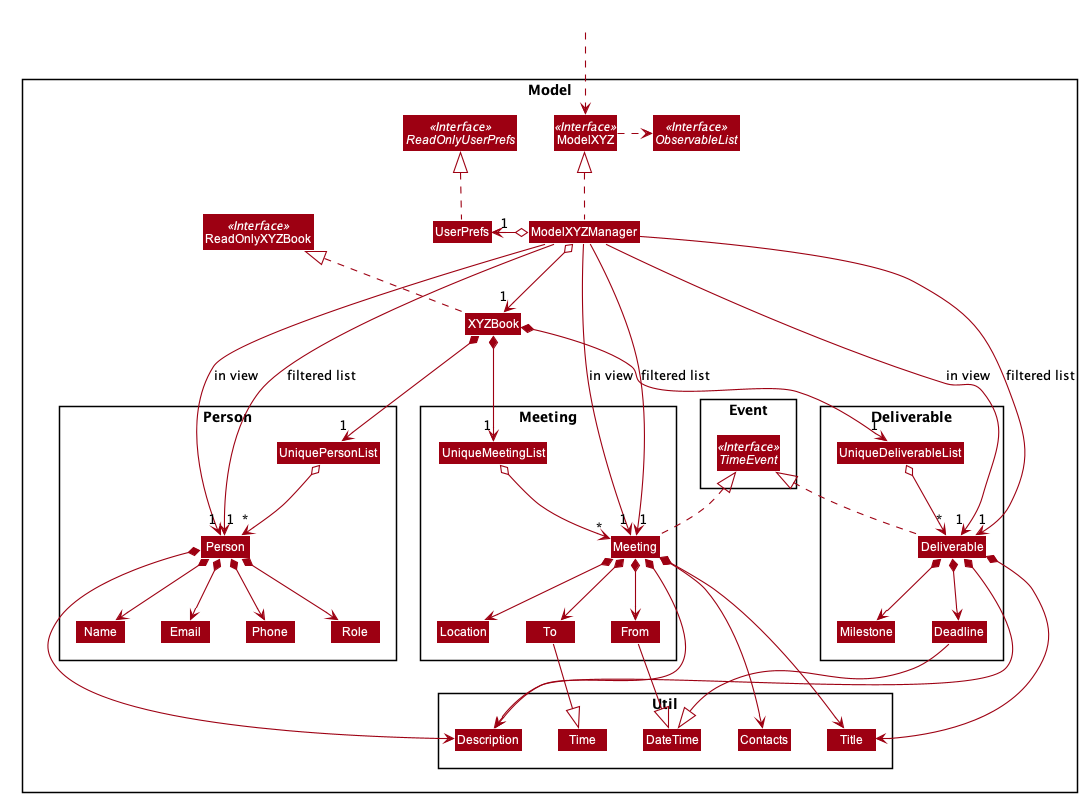
This is docs/images/ModelClassDiagram.png from shadowezz/Productiv, a PlantUML export, as it was before one commit. The source it was exported from:
```plantuml
@startuml









skinparam BackgroundColor #FFFFFFF

skinparam Shadowing false

skinparam Class {
    FontColor #FFFFFF
    BorderThickness 1
    BorderColor #FFFFFF
    StereotypeFontColor #FFFFFF
    FontName Arial
}

skinparam Actor {
    BorderColor #000000
    Color #000000
    FontName Arial
}

skinparam Sequence {
    MessageAlign center
    BoxFontSize 15
    BoxPadding 0
    BoxFontColor #FFFFFF
    FontName Arial
}

skinparam Participant {
    FontColor #FFFFFFF
    Padding 20
}

skinparam MinClassWidth 50
skinparam ParticipantPadding 10
skinparam Shadowing false
skinparam DefaultTextAlignment center
skinparam packageStyle Rectangle
skinparam classAttributeIconSize 0

hide footbox
hide members
hide circle
skinparam arrowThickness 1.1
skinparam arrowColor #9D0012
skinparam classBackgroundColor #9D0012

Package Model <<Rectangle>>{
Interface ReadOnlyXYZBook <<Interface>>
Interface ModelXYZ <<Interface>>
Interface ObservableList <<Interface>>
Class XYZBook
Class ReadOnlyXYZBook
Class ModelXYZ
Class ModelXYZManager
Class UserPrefs
Interface ReadOnlyUserPrefs <<Interface>>

Package Util {
Class DateTime
Class Title
Class Time
Class Description
Class Contacts
}

Package Person {
Class Person
Class Role
Class Email
Class Name
Class Phone
Class UniquePersonList
}

Package Meeting {
Class From
Class To
Class Location
Class Meeting
Class UniqueMeetingList
}

Package Deliverable {
Class Deadline
Class Milestone
Class Deliverable
Class UniqueDeliverableList
}

Package Event {
interface TimeEvent <<Interface>>
}

}

Class HiddenOutside #FFFFFF
HiddenOutside ..> ModelXYZ

XYZBook .up.|> ReadOnlyXYZBook

ModelXYZManager .up.|> ModelXYZ
ModelXYZ .right.> ObservableList
ModelXYZManager o--> "1" XYZBook
ModelXYZManager o-left-> "1" UserPrefs
UserPrefs .up.|> ReadOnlyUserPrefs

XYZBook *--> "1" UniquePersonList
UniquePersonList o--> "*" Person
Person *--> Name
Person *--> Phone
Person *--> Email
Person *--> Role
Person *--> Description

Role -[hidden]right-> Name
Name -[hidden]right-> Email
Email -[hidden]right-> Phone
Phone -[hidden]right-> Description

XYZBook *--> "1" UniqueMeetingList
UniqueMeetingList o--> "*" Meeting
Meeting .up.|> TimeEvent
Meeting *--> From
Meeting *--> To
Meeting *--> Location
Meeting *--> Title
Meeting *--> Description
Meeting *--> Contacts

Location -[hidden]right-> To
To -[hidden]right-> From

From -down-|> DateTime
To -down-|> Time

XYZBook *--> "1" UniqueDeliverableList
UniqueDeliverableList o--> "*" Deliverable
Deliverable .up.|> TimeEvent
Deliverable *--> Deadline
Deliverable *--> Milestone
Deliverable *--> Title
Deliverable *--> Description

Deadline -down-|> DateTime

ModelXYZManager -->"1" Person : filtered list
ModelXYZManager -->"1" Person : in view
ModelXYZManager -->"1" Meeting : in view
ModelXYZManager -->"1" Meeting : filtered list
ModelXYZManager -->"1" Deliverable : filtered list
ModelXYZManager -->"1" Deliverable : in view
@enduml
```
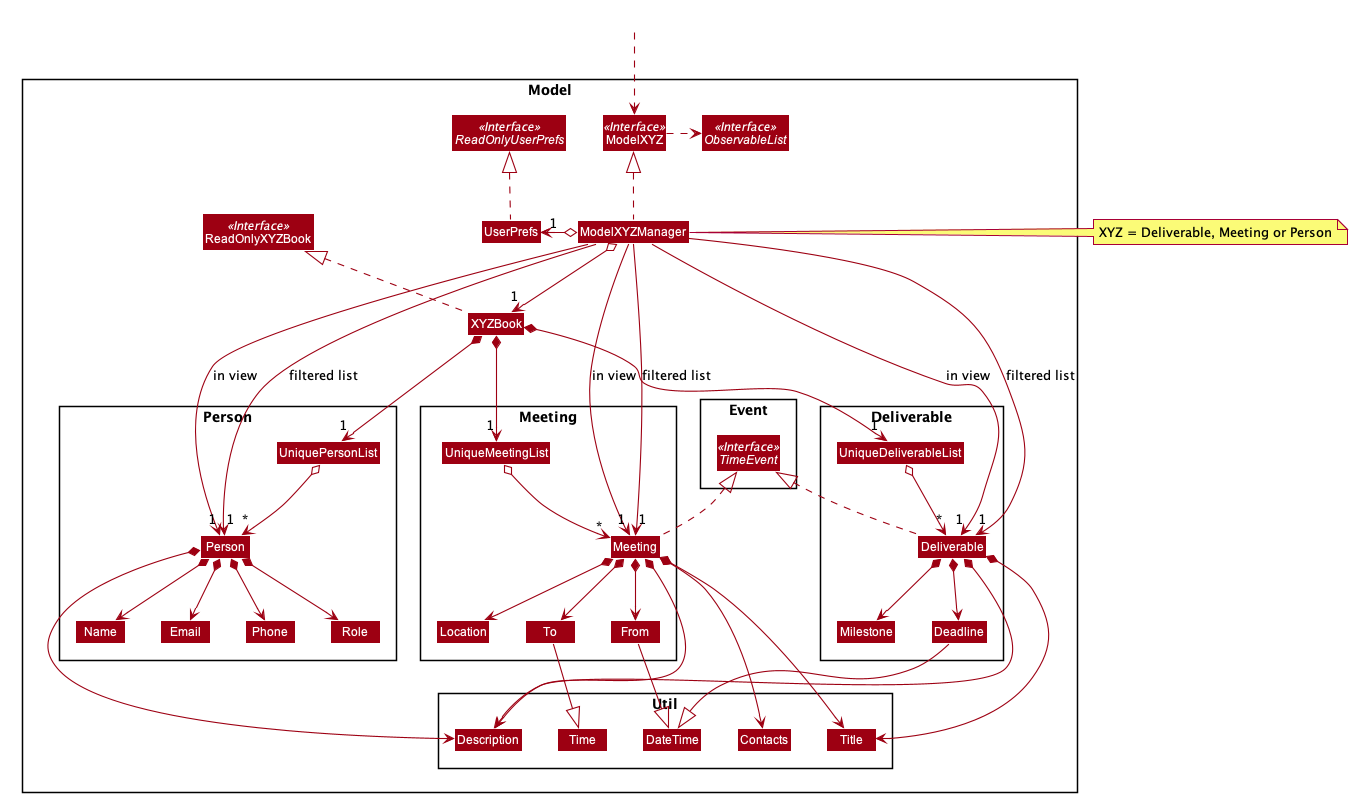
After the commit.

Commit message:
Add note on ModelClassDiagram

Diff of the diagram source:
```diff
@@ -112,6 +112,7 @@
 ModelXYZManager o--> "1" XYZBook
 ModelXYZManager o-left-> "1" UserPrefs
 UserPrefs .up.|> ReadOnlyUserPrefs
+note right of ModelXYZManager: XYZ = Deliverable, Meeting or Person
 
 XYZBook *--> "1" UniquePersonList
 UniquePersonList o--> "*" Person
```
